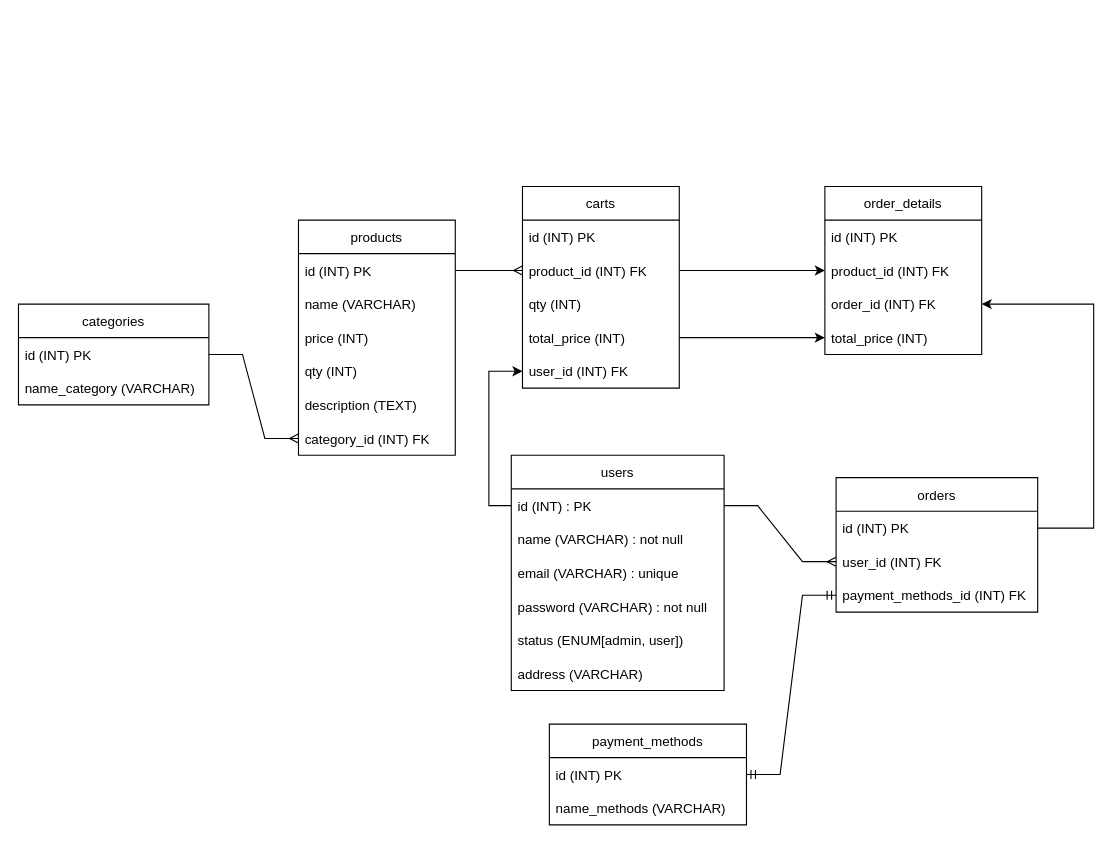
The draw.io diagram ERD.drawio in ademawan/Back-End-Ecommers, before the edit. Source tidied: cells renumbered, new cells numbered last; positions are measured from the earlier drawing's top-left corner, leaving out a move shared by most shapes. Both pictures are drawn from the tidied source at 112%, with x=0, y=0 at pixel (18, 186).
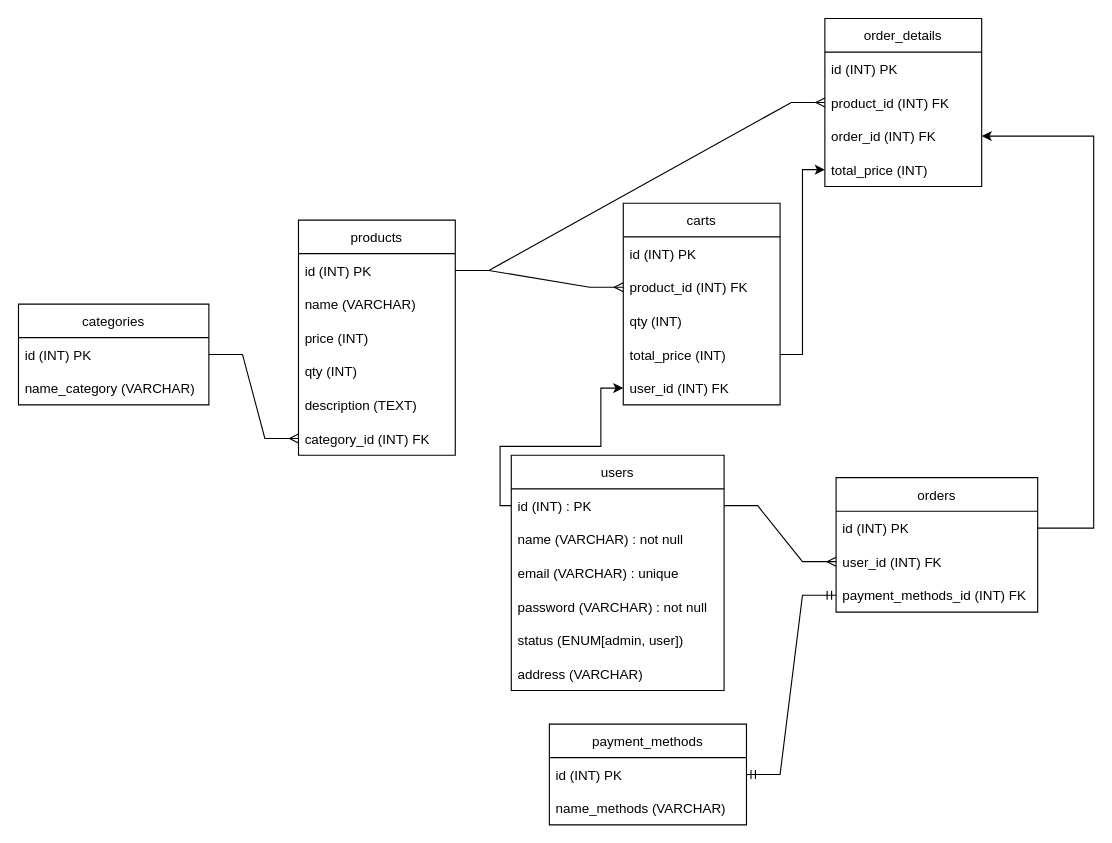
After the change.

The change refers to these unchanged cells:
```xml
<mxCell id="3" value="id (INT) : PK" style="text;strokeColor=none;fillColor=none;align=left;verticalAlign=middle;spacingLeft=4;spacingRight=4;overflow=hidden;points=[[0,0.5],[1,0.5]];portConstraint=eastwest;" parent="2" vertex="1">
  <mxGeometry y="30" width="190" height="30" as="geometry" />
</mxCell>
<mxCell id="10" value="id (INT) PK" style="text;strokeColor=none;fillColor=none;align=left;verticalAlign=middle;spacingLeft=4;spacingRight=4;overflow=hidden;points=[[0,0.5],[1,0.5]];portConstraint=eastwest;" parent="9" vertex="1">
  <mxGeometry y="30" width="140" height="30" as="geometry" />
</mxCell>
<mxCell id="18" value="product_id (INT) FK" style="text;strokeColor=none;fillColor=none;align=left;verticalAlign=middle;spacingLeft=4;spacingRight=4;overflow=hidden;points=[[0,0.5],[1,0.5]];portConstraint=eastwest;" parent="16" vertex="1">
  <mxGeometry y="60" width="140" height="30" as="geometry" />
</mxCell>
<mxCell id="21" value="user_id (INT) FK" style="text;strokeColor=none;fillColor=none;align=left;verticalAlign=middle;spacingLeft=4;spacingRight=4;overflow=hidden;points=[[0,0.5],[1,0.5]];portConstraint=eastwest;" parent="16" vertex="1">
  <mxGeometry y="150" width="140" height="30" as="geometry" />
</mxCell>
<mxCell id="23" value="id (INT) PK" style="text;strokeColor=none;fillColor=none;align=left;verticalAlign=middle;spacingLeft=4;spacingRight=4;overflow=hidden;points=[[0,0.5],[1,0.5]];portConstraint=eastwest;" parent="22" vertex="1">
  <mxGeometry y="30" width="180" height="30" as="geometry" />
</mxCell>
<mxCell id="36" value="product_id (INT) FK" style="text;strokeColor=none;fillColor=none;align=left;verticalAlign=middle;spacingLeft=4;spacingRight=4;overflow=hidden;points=[[0,0.5],[1,0.5]];portConstraint=eastwest;" parent="34" vertex="1">
  <mxGeometry y="60" width="140" height="30" as="geometry" />
</mxCell>
<mxCell id="37" value="order_id (INT) FK" style="text;strokeColor=none;fillColor=none;align=left;verticalAlign=middle;spacingLeft=4;spacingRight=4;overflow=hidden;points=[[0,0.5],[1,0.5]];portConstraint=eastwest;" parent="34" vertex="1">
  <mxGeometry y="90" width="140" height="30" as="geometry" />
</mxCell>
```

Change to the diagram source:
```diff
@@
     <mxCell id="16" value="carts" style="swimlane;fontStyle=0;horizontal=1;startSize=30;" parent="1" vertex="1">
-      <mxGeometry x="450" width="140" height="180" as="geometry" />
+      <mxGeometry x="540" y="15" width="140" height="180" as="geometry" />
     </mxCell>
@@
     <mxCell id="34" value="order_details" style="swimlane;fontStyle=0;horizontal=1;startSize=30;" parent="1" vertex="1">
-      <mxGeometry x="720" width="140" height="150" as="geometry" />
+      <mxGeometry x="720" y="-150" width="140" height="150" as="geometry" />
     </mxCell>
@@
-    <mxCell id="39" style="edgeStyle=orthogonalEdgeStyle;rounded=0;jettySize=auto;html=1;entryX=0;entryY=0.5;entryDx=0;entryDy=0;" parent="1" edge="1" source="18" target="36">
-      <mxGeometry relative="1" as="geometry" />
-    </mxCell>
@@
     <mxCell id="41" style="edgeStyle=orthogonalEdgeStyle;rounded=0;jettySize=auto;html=1;entryX=1;entryY=0.5;entryDx=0;entryDy=0;" parent="1" edge="1" source="23" target="37">
       <mxGeometry relative="1" as="geometry">
         <Array as="points">
           <mxPoint x="960" y="305" />
-          <mxPoint x="960" y="105" />
+          <mxPoint x="960" y="-45" />
         </Array>
       </mxGeometry>
     </mxCell>
     <mxCell id="42" style="edgeStyle=orthogonalEdgeStyle;rounded=0;jettySize=auto;html=1;entryX=0;entryY=0.5;entryDx=0;entryDy=0;" parent="1" edge="1" source="3" target="21">
-      <mxGeometry relative="1" as="geometry" />
+      <mxGeometry relative="1" as="geometry">
+        <Array as="points">
+          <mxPoint x="430" y="285" />
+          <mxPoint x="430" y="232" />
+          <mxPoint x="520" y="232" />
+          <mxPoint x="520" y="180" />
+        </Array>
+      </mxGeometry>
     </mxCell>
@@
-    <mxCell id="44" style="edgeStyle=entityRelationEdgeStyle;fontSize=12;html=1;endArrow=ERmany;rounded=0;exitX=1;exitY=0.5;exitDx=0;exitDy=0;entryX=0;entryY=0.5;entryDx=0;entryDy=0;" parent="1" edge="1" source="10" target="18">
+    <mxCell id="44" style="edgeStyle=entityRelationEdgeStyle;fontSize=12;html=1;endArrow=ERmany;rounded=0;exitX=1;exitY=0.5;exitDx=0;exitDy=0;entryX=0;entryY=0.5;entryDx=0;entryDy=0;" parent="1" edge="1" source="10" target="36">
       <mxGeometry relative="1" as="geometry" />
     </mxCell>
+    <mxCell id="45" style="edgeStyle=entityRelationEdgeStyle;fontSize=12;html=1;endArrow=ERmany;rounded=0;exitX=1;exitY=0.5;exitDx=0;exitDy=0;entryX=0;entryY=0.5;entryDx=0;entryDy=0;" parent="1" edge="1" source="10" target="18">
+      <mxGeometry relative="1" as="geometry" />
+    </mxCell>
```
